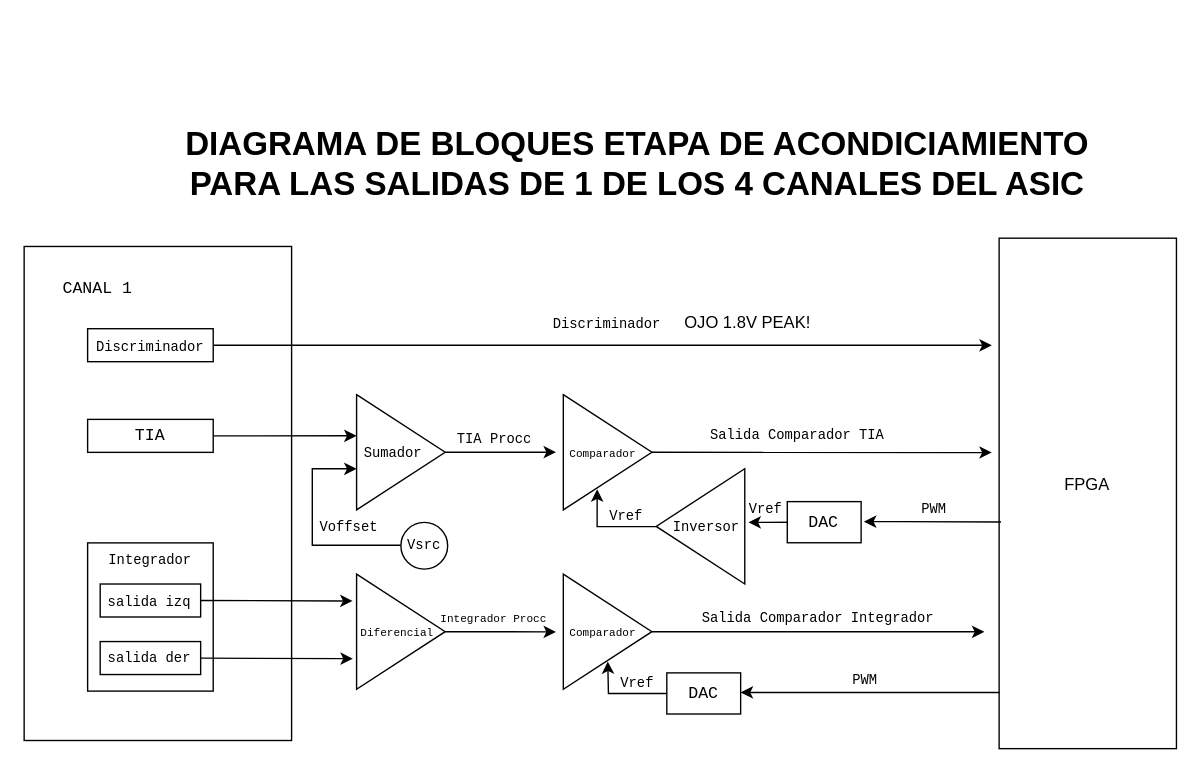
HALxmont/ChipVerification keeps this draw.io diagram as page "Accond_Procc" (2 of 15) of Diagrams/OverView.drawio. Above is the earlier version. Source tidied: cells renumbered, new cells numbered last; positions are measured from the earlier drawing's top-left corner, leaving out a move shared by most shapes. Both pictures are drawn from the tidied source at 138%, with x=0, y=0 at pixel (23, 23).
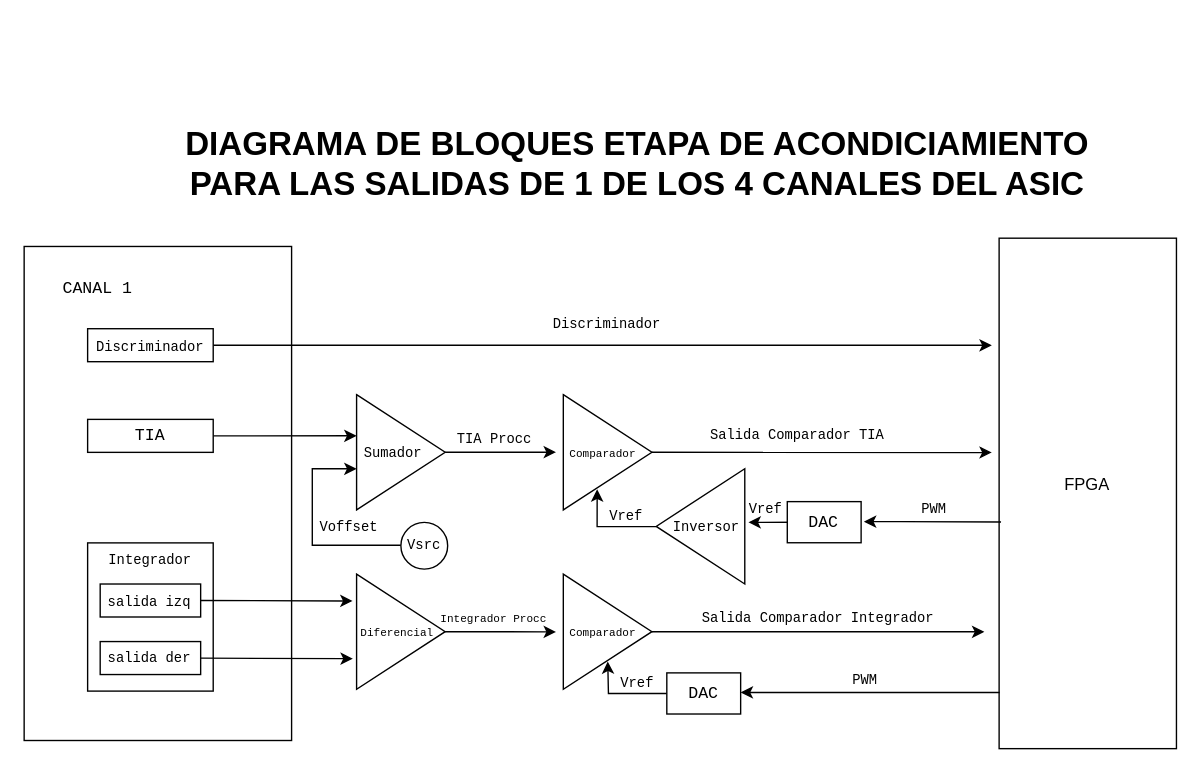
Above is the later version.

What changed in the source:
```diff
@@
-    <mxCell id="55" value="OJO 1.8V PEAK!" style="text;html=1;align=center;verticalAlign=middle;strokeColor=none;" parent="1" vertex="1">
-      <mxGeometry x="471" y="207" width="105" height="20" as="geometry" />
-    </mxCell>
```
